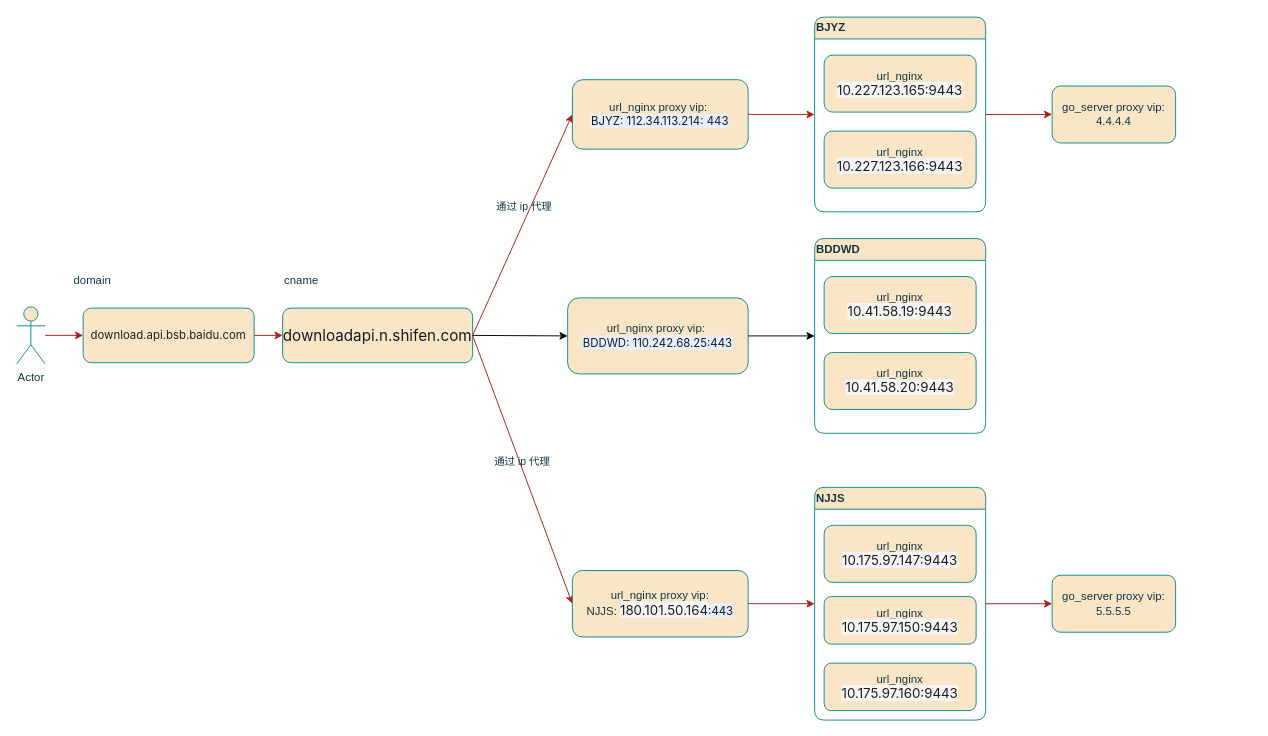
Above: url_cache_download现流程图.drawio in qixiaohu/flow-process-diagram (draw.io), before the change. Source tidied: cells renumbered, new cells numbered last; positions are measured from the earlier drawing's top-left corner, leaving out a move shared by most shapes. Both pictures are drawn from the tidied source at 95%, with x=0, y=0 at pixel (16, 17).
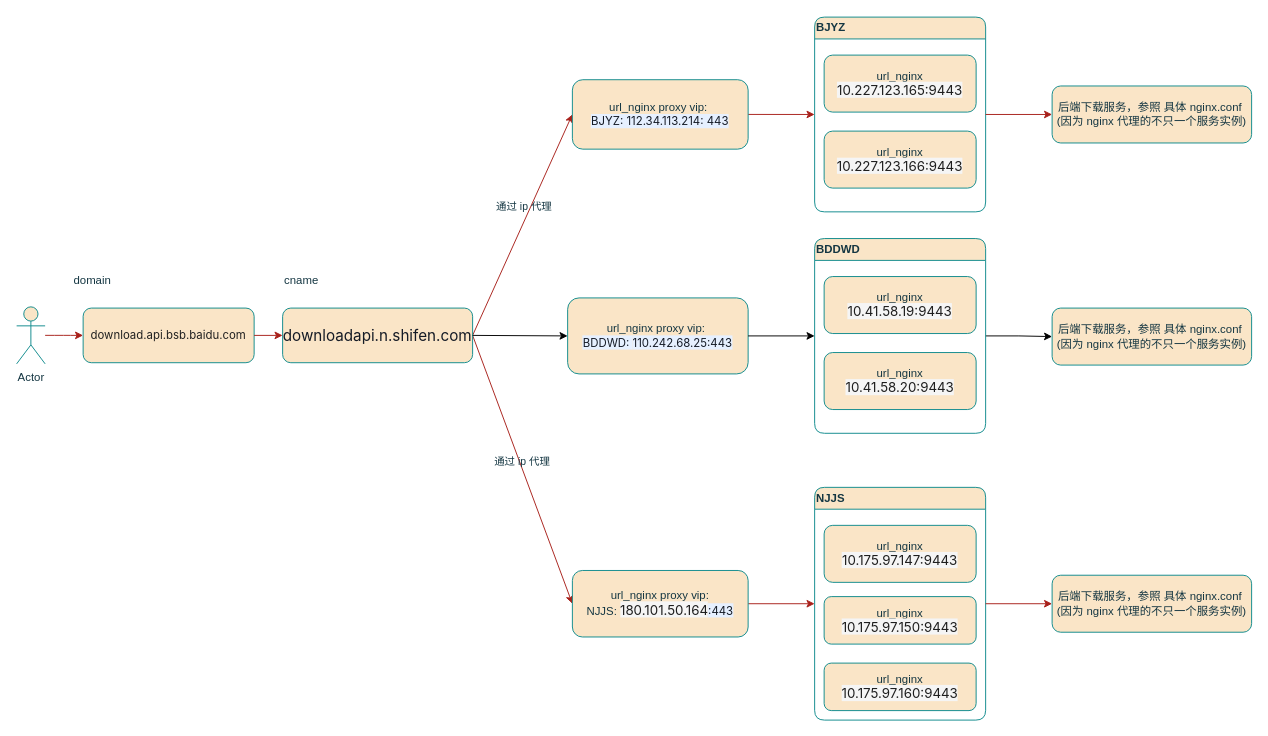
The same page after the edit.

Commit message:
更新url_cache_download现流程图.drawio

The change refers to these unchanged cells:
```xml
<mxCell id="5" value="NJJS" style="swimlane;whiteSpace=wrap;html=1;align=left;rounded=1;labelBackgroundColor=none;fillColor=#FAE5C7;strokeColor=#0F8B8D;fontColor=#143642;" parent="1" vertex="1">
  <mxGeometry x="840" y="494.5" width="180" height="245" as="geometry" />
</mxCell>
<mxCell id="28" value="BDDWD" style="swimlane;whiteSpace=wrap;html=1;align=left;rounded=1;labelBackgroundColor=none;fillColor=#FAE5C7;strokeColor=#0F8B8D;fontColor=#143642;" parent="1" vertex="1">
  <mxGeometry x="840" y="232.6" width="180" height="205" as="geometry" />
</mxCell>
```

The edit, as a diff of the source:
```diff
@@
-    <mxCell id="20" value="go_server proxy vip: 4.4.4.4" style="rounded=1;whiteSpace=wrap;html=1;labelBackgroundColor=none;fillColor=#FAE5C7;strokeColor=#0F8B8D;fontColor=#143642;" parent="1" vertex="1">
-      <mxGeometry x="1090" y="72" width="130" height="60" as="geometry" />
+    <mxCell id="20" value="后端下载服务，参照 具体 nginx.conf&amp;nbsp;&lt;div&gt;(因为 nginx 代理的不只一个服务实例)&lt;/div&gt;" style="rounded=1;whiteSpace=wrap;html=1;labelBackgroundColor=none;fillColor=#FAE5C7;strokeColor=#0F8B8D;fontColor=#143642;" parent="1" vertex="1">
+      <mxGeometry x="1090" y="72" width="210" height="60" as="geometry" />
     </mxCell>
-    <mxCell id="21" value="go_server proxy vip: 5.5.5.5" style="rounded=1;whiteSpace=wrap;html=1;labelBackgroundColor=none;fillColor=#FAE5C7;strokeColor=#0F8B8D;fontColor=#143642;" parent="1" vertex="1">
-      <mxGeometry x="1090" y="587" width="130" height="60" as="geometry" />
-    </mxCell>
@@
-    <mxCell id="23" style="endArrow=classic;html=1;rounded=0;strokeColor=#A8201A;fontColor=#143642;fillColor=#FAE5C7;exitX=1;exitY=0.5;exitDx=0;exitDy=0;entryX=0;entryY=0.5;entryDx=0;entryDy=0;" parent="1" edge="1" source="5" target="21">
+    <mxCell id="23" style="endArrow=classic;html=1;rounded=0;strokeColor=#A8201A;fontColor=#143642;fillColor=#FAE5C7;exitX=1;exitY=0.5;exitDx=0;exitDy=0;entryX=0;entryY=0.5;entryDx=0;entryDy=0;" parent="1" edge="1" source="5" target="36">
       <mxGeometry relative="1" as="geometry" />
     </mxCell>
@@
+    <mxCell id="34" style="edgeStyle=orthogonalEdgeStyle;rounded=0;jettySize=auto;html=1;exitX=1;exitY=0.5;exitDx=0;exitDy=0;" parent="1" edge="1" source="28" target="35">
+      <mxGeometry relative="1" as="geometry" />
+    </mxCell>
@@
+    <mxCell id="35" value="后端下载服务，参照 具体 nginx.conf&amp;nbsp;&lt;div&gt;(因为 nginx 代理的不只一个服务实例)&lt;/div&gt;" style="rounded=1;whiteSpace=wrap;html=1;labelBackgroundColor=none;fillColor=#FAE5C7;strokeColor=#0F8B8D;fontColor=#143642;" parent="1" vertex="1">
+      <mxGeometry x="1090" y="305.8" width="210" height="60" as="geometry" />
+    </mxCell>
+    <mxCell id="36" value="后端下载服务，参照 具体 nginx.conf&amp;nbsp;&lt;div&gt;(因为 nginx 代理的不只一个服务实例)&lt;/div&gt;" style="rounded=1;whiteSpace=wrap;html=1;labelBackgroundColor=none;fillColor=#FAE5C7;strokeColor=#0F8B8D;fontColor=#143642;" parent="1" vertex="1">
+      <mxGeometry x="1090" y="587" width="210" height="60" as="geometry" />
+    </mxCell>
```
